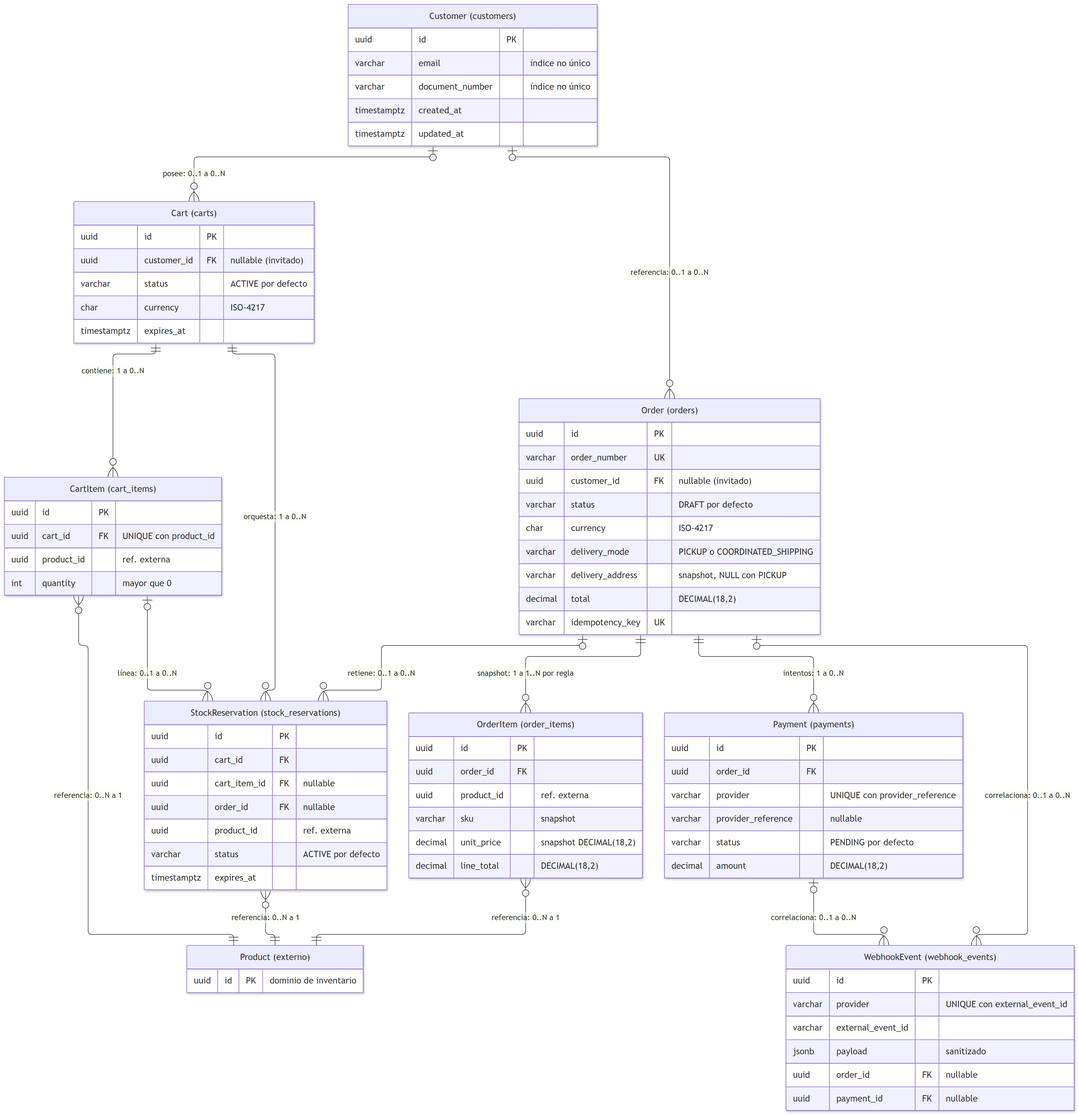
RAMA-0611/cedar-harbor keeps this Mermaid diagram as docs/modelo-datos.png. Above is the earlier version. Its source is kept beside it as docs/modelo-datos.mmd.
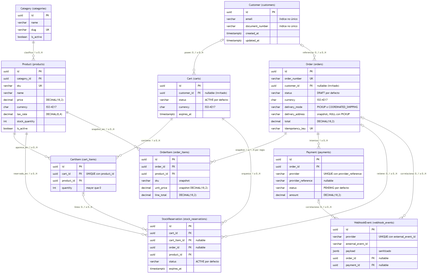
After the change.

Change to the diagram source:
```diff
@@ -1,17 +1,37 @@
 erDiagram
+  CATEGORY ||--o{ PRODUCT : "clasifica: 1 a 0..N"
   CUSTOMER o|--o{ CART : "posee: 0..1 a 0..N"
   CUSTOMER o|--o{ ORDER : "referencia: 0..1 a 0..N"
   CART ||--o{ CART_ITEM : "contiene: 1 a 0..N"
   CART ||--o{ STOCK_RESERVATION : "orquesta: 1 a 0..N"
   CART_ITEM o|--o{ STOCK_RESERVATION : "línea: 0..1 a 0..N"
+  PRODUCT ||--o{ CART_ITEM : "aparece_en: 1 a 0..N"
+  PRODUCT ||--o{ STOCK_RESERVATION : "reservado_en: 1 a 0..N"
+  PRODUCT ||--o{ ORDER_ITEM : "snapshot_en: 1 a 0..N"
   ORDER ||--o{ ORDER_ITEM : "snapshot: 1 a 1..N por regla"
   ORDER ||--o{ PAYMENT : "intentos: 1 a 0..N"
   ORDER o|--o{ STOCK_RESERVATION : "retiene: 0..1 a 0..N"
   ORDER o|--o{ WEBHOOK_EVENT : "correlaciona: 0..1 a 0..N"
   PAYMENT o|--o{ WEBHOOK_EVENT : "correlaciona: 0..1 a 0..N"
-  CART_ITEM }o--|| PRODUCT : "referencia: 0..N a 1"
-  STOCK_RESERVATION }o--|| PRODUCT : "referencia: 0..N a 1"
-  ORDER_ITEM }o--|| PRODUCT : "referencia: 0..N a 1"
+
+  CATEGORY["Category (categories)"] {
+    uuid id PK
+    varchar name
+    varchar slug UK
+    boolean is_active
+  }
+
+  PRODUCT["Product (products)"] {
+    uuid id PK
+    uuid category_id FK
+    varchar sku UK
+    varchar name
+    decimal price "DECIMAL(18,2)"
+    char currency "ISO-4217"
+    decimal tax_rate "DECIMAL(8,4)"
+    int stock_quantity
+    boolean is_active
+  }
 
   CUSTOMER["Customer (customers)"] {
     uuid id PK
@@ -32,7 +52,7 @@
   CART_ITEM["CartItem (cart_items)"] {
     uuid id PK
     uuid cart_id FK "UNIQUE con product_id"
-    uuid product_id "ref. externa"
+    uuid product_id FK
     int quantity "mayor que 0"
   }
 
@@ -41,7 +61,7 @@
     uuid cart_id FK
     uuid cart_item_id FK "nullable"
     uuid order_id FK "nullable"
-    uuid product_id "ref. externa"
+    uuid product_id FK
     varchar status "ACTIVE por defecto"
     timestamptz expires_at
   }
@@ -61,7 +81,7 @@
   ORDER_ITEM["OrderItem (order_items)"] {
     uuid id PK
     uuid order_id FK
-    uuid product_id "ref. externa"
+    uuid product_id FK
     varchar sku "snapshot"
     decimal unit_price "snapshot DECIMAL(18,2)"
     decimal line_total "DECIMAL(18,2)"
@@ -84,7 +104,3 @@
     uuid order_id FK "nullable"
     uuid payment_id FK "nullable"
   }
-
-  PRODUCT["Product (externo)"] {
-    uuid id PK "dominio de inventario"
-  }
```
